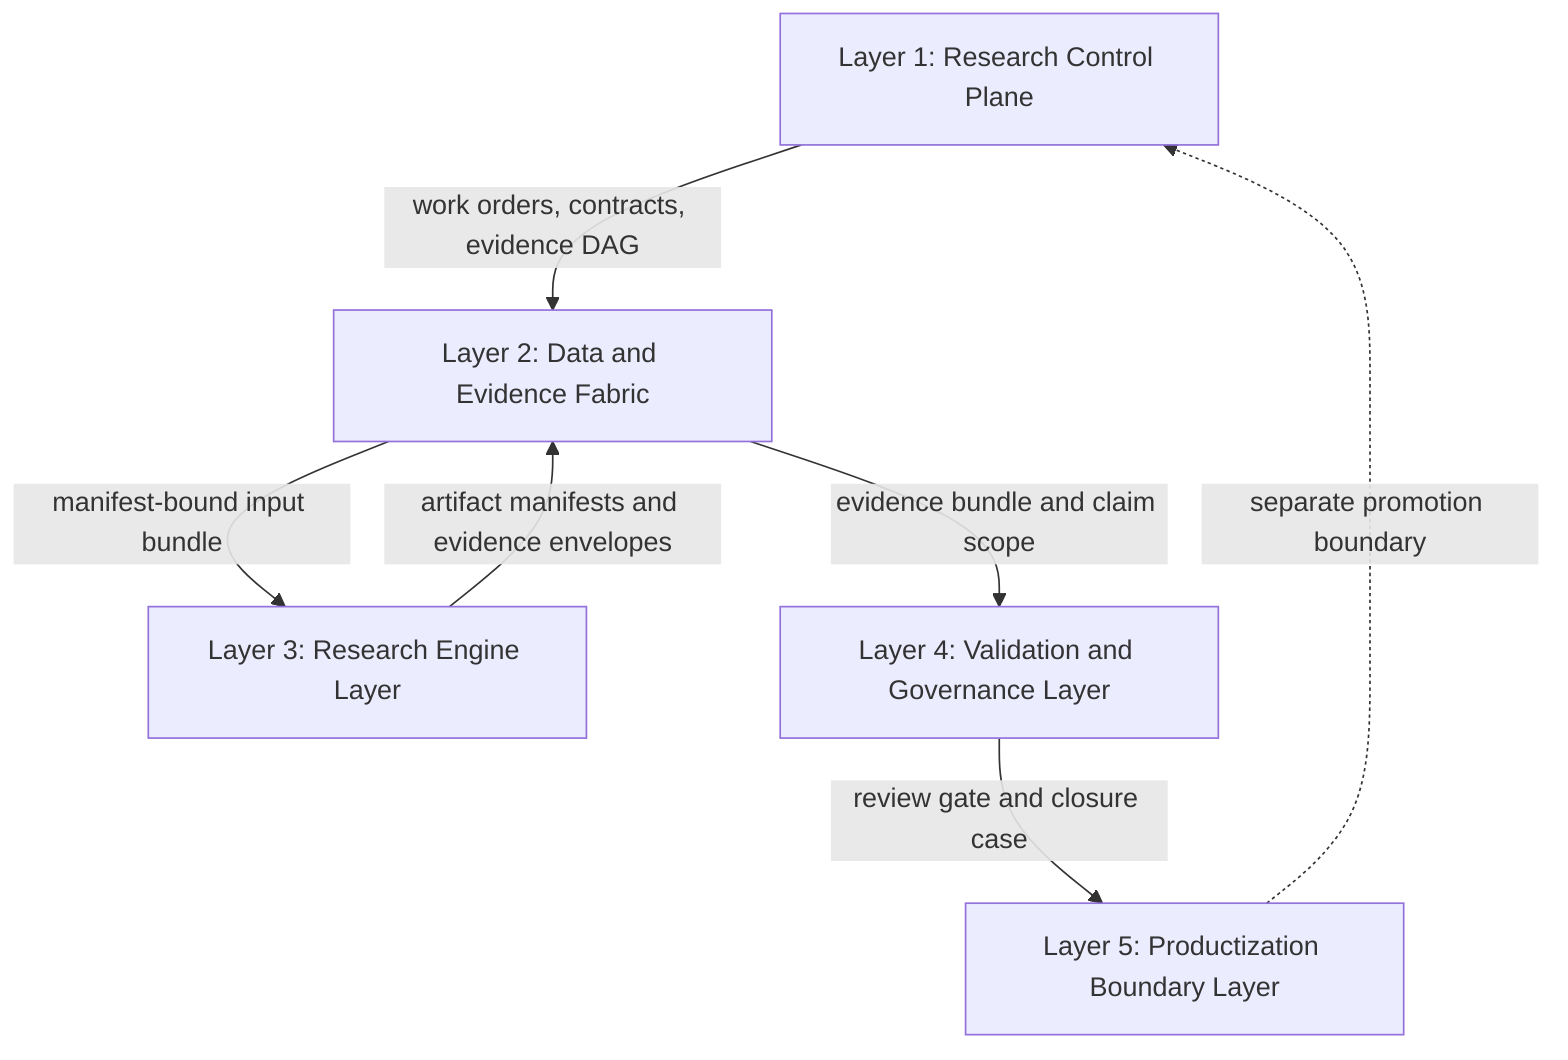
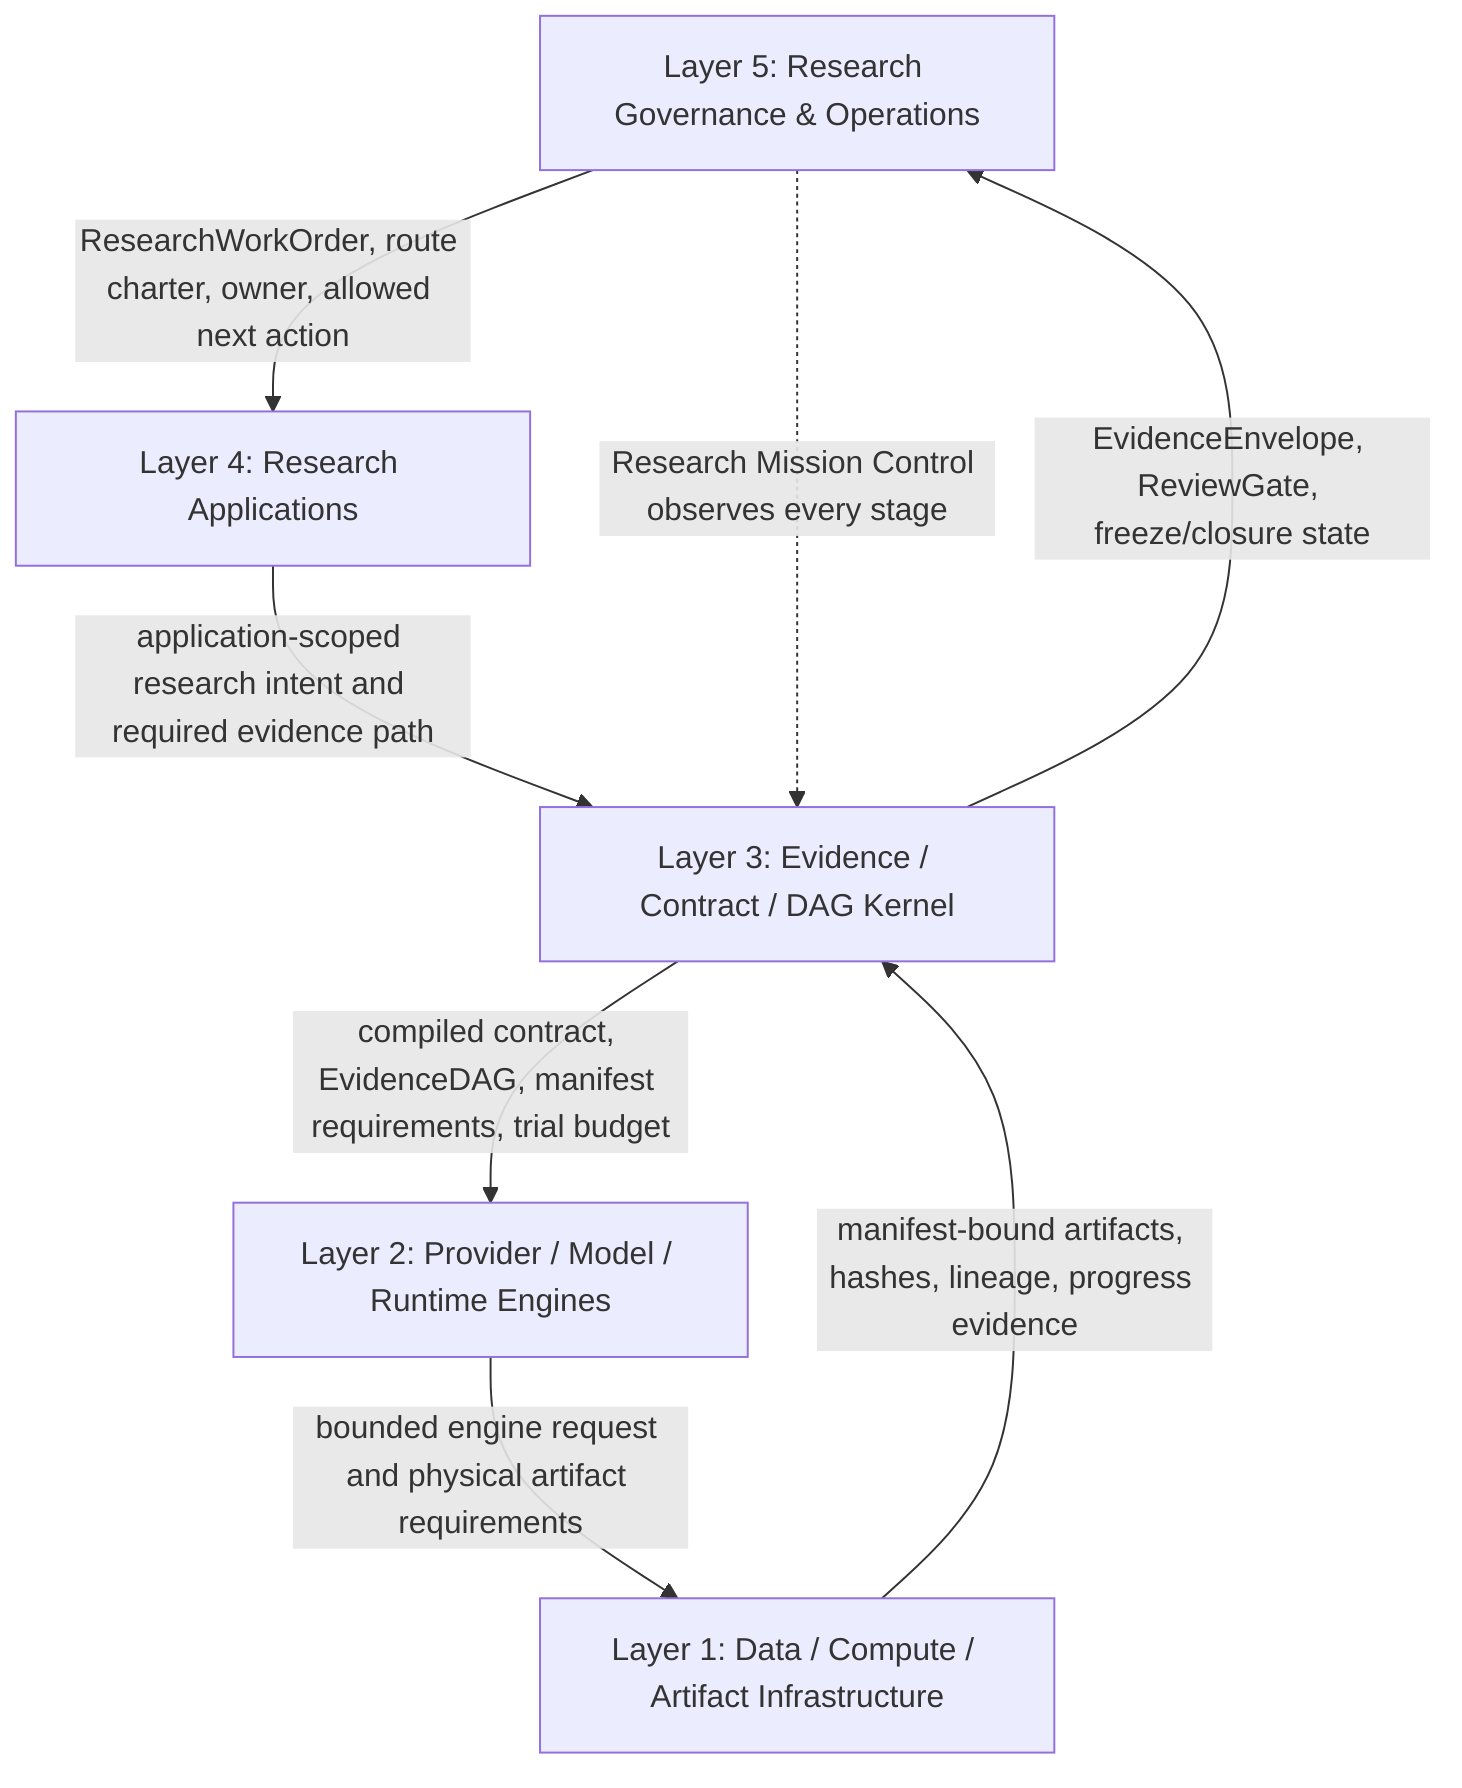
flowchart TB
-   L1["Layer 1: Research Control Plane"]
-   L2["Layer 2: Data and Evidence Fabric"]
-   L3["Layer 3: Research Engine Layer"]
-   L4["Layer 4: Validation and Governance Layer"]
-   L5["Layer 5: Productization Boundary Layer"]
+   L5["Layer 5: Research Governance & Operations"]
+   L4["Layer 4: Research Applications"]
+   L3["Layer 3: Evidence / Contract / DAG Kernel"]
+   L2["Layer 2: Provider / Model / Runtime Engines"]
+   L1["Layer 1: Data / Compute / Artifact Infrastructure"]

-   L1 -->|"work orders, contracts, evidence DAG"| L2
-   L2 -->|"manifest-bound input bundle"| L3
-   L3 -->|"artifact manifests and evidence envelopes"| L2
-   L2 -->|"evidence bundle and claim scope"| L4
-   L4 -->|"review gate and closure case"| L5
-   L5 -. "separate promotion boundary" .-> L1
+   L5 -->|"ResearchWorkOrder, route charter, owner, allowed next action"| L4
+   L4 -->|"application-scoped research intent and required evidence path"| L3
+   L3 -->|"compiled contract, EvidenceDAG, manifest requirements, trial budget"| L2
+   L2 -->|"bounded engine request and physical artifact requirements"| L1
+   L1 -->|"manifest-bound artifacts, hashes, lineage, progress evidence"| L3
+   L3 -->|"EvidenceEnvelope, ReviewGate, freeze/closure state"| L5

+   L5 -. "Research Mission Control observes every stage" .-> L3
